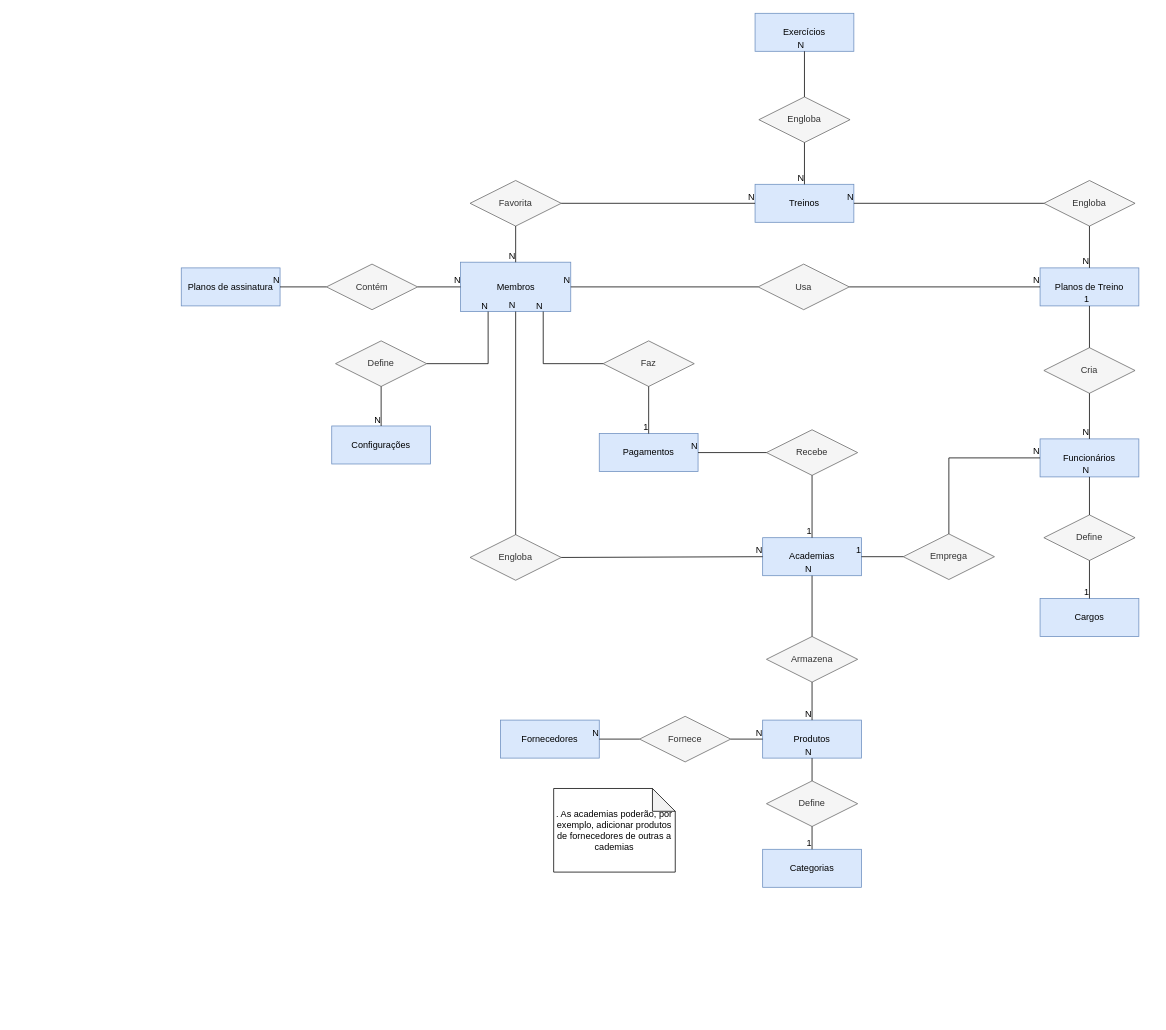
The draw.io diagram DER/der-draw-io.drawio in trainya-app/diagrams, before the edit. Source tidied: cells renumbered, new cells numbered last; positions are measured from the earlier drawing's top-left corner, leaving out a move shared by most shapes. Both pictures are drawn from the tidied source at 76%, with x=0, y=0 at pixel (181, 13).
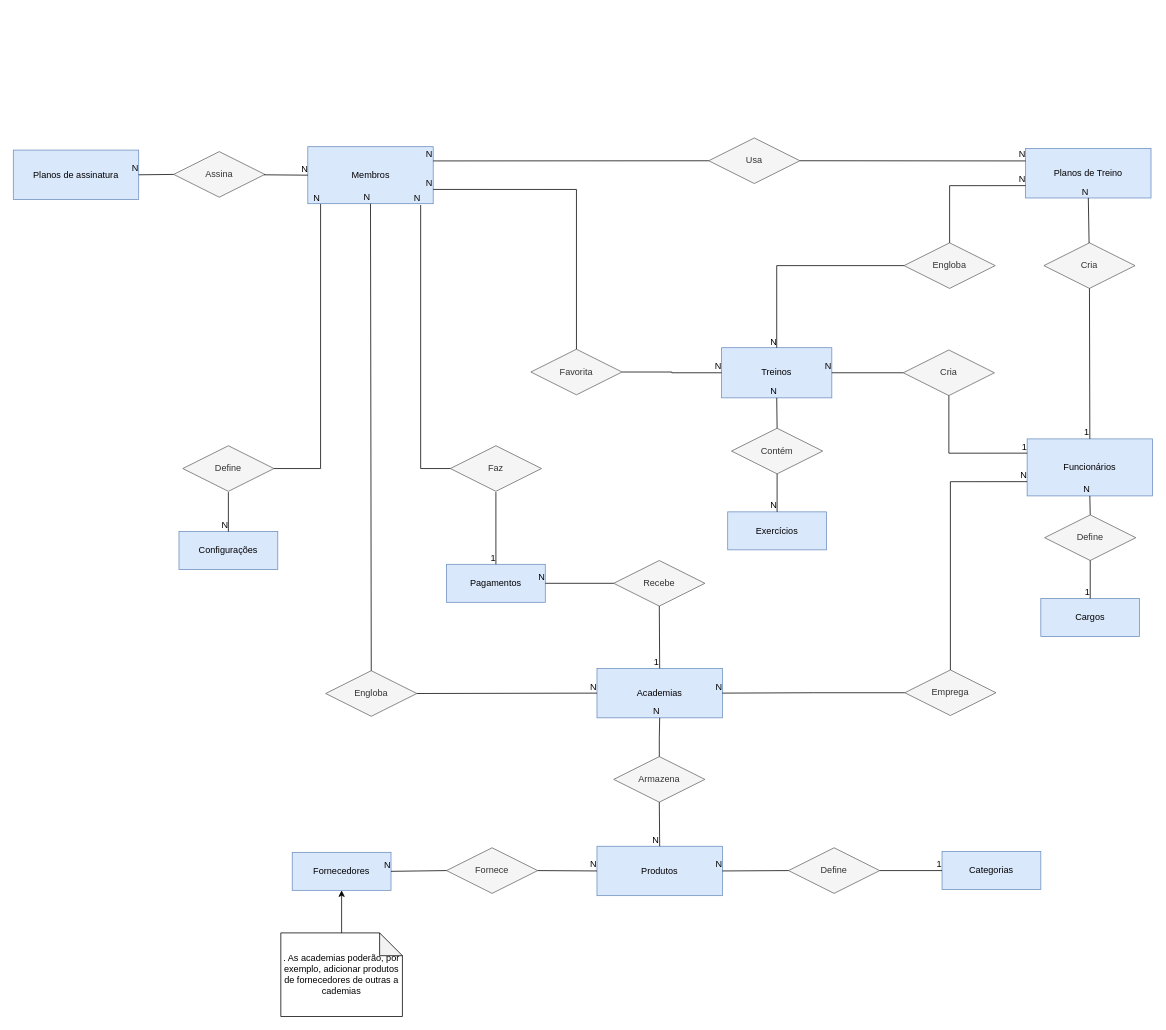
The same page after the edit.

The change refers to these unchanged cells:
```xml
<mxCell id="27" style="endArrow=none;html=1;rounded=0;entryX=0.5;entryY=1;entryDx=0;entryDy=0;" parent="1" edge="1" source="26" target="6">
  <mxGeometry relative="1" as="geometry" />
</mxCell>
<mxCell id="29" style="endArrow=none;html=1;rounded=0;entryX=0.5;entryY=0;entryDx=0;entryDy=0;exitX=0.5;exitY=1;exitDx=0;exitDy=0;" parent="1" edge="1" source="26" target="4">
  <mxGeometry relative="1" as="geometry" />
</mxCell>
```

What changed in the source:
```diff
@@
     <mxCell id="2" value="Membros" style="whiteSpace=wrap;html=1;align=center;fillColor=#dae8fc;strokeColor=#6c8ebf;" parent="1" vertex="1">
-      <mxGeometry x="367.5" y="327.5" width="145" height="65" as="geometry" />
+      <mxGeometry x="166.5" y="175.5" width="165" height="75" as="geometry" />
     </mxCell>
     <mxCell id="3" value="Academias" style="whiteSpace=wrap;html=1;align=center;fillColor=#dae8fc;strokeColor=#6c8ebf;" parent="1" vertex="1">
-      <mxGeometry x="765" y="690" width="130" height="50" as="geometry" />
+      <mxGeometry x="547" y="862" width="165" height="65" as="geometry" />
     </mxCell>
     <mxCell id="4" value="Funcionários" style="whiteSpace=wrap;html=1;align=center;fillColor=#dae8fc;strokeColor=#6c8ebf;" parent="1" vertex="1">
-      <mxGeometry x="1130" y="560" width="130" height="50" as="geometry" />
+      <mxGeometry x="1113" y="560" width="165" height="75" as="geometry" />
     </mxCell>
     <mxCell id="5" value="Treinos" style="whiteSpace=wrap;html=1;align=center;fillColor=#dae8fc;strokeColor=#6c8ebf;" parent="1" vertex="1">
-      <mxGeometry x="755" y="225" width="130" height="50" as="geometry" />
+      <mxGeometry x="711" y="440" width="145" height="66" as="geometry" />
     </mxCell>
     <mxCell id="6" value="Planos de Treino" style="whiteSpace=wrap;html=1;align=center;fillColor=#dae8fc;strokeColor=#6c8ebf;" parent="1" vertex="1">
-      <mxGeometry x="1130" y="335" width="130" height="50" as="geometry" />
+      <mxGeometry x="1111" y="178" width="165" height="65" as="geometry" />
     </mxCell>
     <mxCell id="7" value="Planos de assinatura" style="whiteSpace=wrap;html=1;align=center;fillColor=#dae8fc;strokeColor=#6c8ebf;" parent="1" vertex="1">
-      <mxGeometry y="335" width="130" height="50" as="geometry" />
+      <mxGeometry x="-221" y="180" width="165" height="65" as="geometry" />
     </mxCell>
     <mxCell id="8" value="Exercícios" style="whiteSpace=wrap;html=1;align=center;fillColor=#dae8fc;strokeColor=#6c8ebf;" parent="1" vertex="1">
-      <mxGeometry x="755" width="130" height="50" as="geometry" />
+      <mxGeometry x="719" y="656" width="130" height="50" as="geometry" />
     </mxCell>
     <mxCell id="9" value="Categorias" style="whiteSpace=wrap;html=1;align=center;fillColor=#dae8fc;strokeColor=#6c8ebf;" parent="1" vertex="1">
-      <mxGeometry x="765" y="1100" width="130" height="50" as="geometry" />
+      <mxGeometry x="1001" y="1103" width="130" height="50" as="geometry" />
     </mxCell>
     <mxCell id="10" value="Produtos" style="whiteSpace=wrap;html=1;align=center;fillColor=#dae8fc;strokeColor=#6c8ebf;" parent="1" vertex="1">
-      <mxGeometry x="765" y="930" width="130" height="50" as="geometry" />
+      <mxGeometry x="547" y="1096" width="165" height="65" as="geometry" />
     </mxCell>
     <mxCell id="11" value="Define" style="shape=rhombus;perimeter=rhombusPerimeter;whiteSpace=wrap;html=1;align=center;fillColor=#f5f5f5;strokeColor=#666666;fontColor=#333333;" parent="1" vertex="1">
-      <mxGeometry x="770" y="1010" width="120" height="60" as="geometry" />
+      <mxGeometry x="799" y="1098" width="120" height="60" as="geometry" />
     </mxCell>
-    <mxCell id="12" style="endArrow=none;html=1;rounded=0;exitX=0.5;exitY=1;exitDx=0;exitDy=0;" parent="1" edge="1" source="11" target="9">
+    <mxCell id="12" style="endArrow=none;html=1;rounded=0;exitX=1;exitY=0.5;exitDx=0;exitDy=0;" parent="1" edge="1" source="11" target="9">
       <mxGeometry relative="1" as="geometry" />
     </mxCell>
@@
-    <mxCell id="14" style="endArrow=none;html=1;rounded=0;entryX=0.5;entryY=1;entryDx=0;entryDy=0;exitX=0.5;exitY=0;exitDx=0;exitDy=0;" parent="1" edge="1" source="11" target="10">
+    <mxCell id="14" style="endArrow=none;html=1;rounded=0;entryX=1;entryY=0.5;entryDx=0;entryDy=0;exitX=0;exitY=0.5;exitDx=0;exitDy=0;" parent="1" edge="1" source="11" target="10">
       <mxGeometry relative="1" as="geometry" />
     </mxCell>
@@
-    <mxCell id="16" value="Contém" style="shape=rhombus;perimeter=rhombusPerimeter;whiteSpace=wrap;html=1;align=center;fillColor=#f5f5f5;strokeColor=#666666;fontColor=#333333;" parent="1" vertex="1">
-      <mxGeometry x="191" y="330" width="120" height="60" as="geometry" />
+    <mxCell id="16" value="Assina" style="shape=rhombus;perimeter=rhombusPerimeter;whiteSpace=wrap;html=1;align=center;fillColor=#f5f5f5;strokeColor=#666666;fontColor=#333333;" parent="1" vertex="1">
+      <mxGeometry x="-10" y="182" width="120" height="60" as="geometry" />
     </mxCell>
@@
     <mxCell id="21" value="Usa" style="shape=rhombus;perimeter=rhombusPerimeter;whiteSpace=wrap;html=1;align=center;fillColor=#f5f5f5;strokeColor=#666666;fontColor=#333333;" parent="1" vertex="1">
-      <mxGeometry x="759" y="330" width="120" height="60" as="geometry" />
+      <mxGeometry x="694" y="164" width="120" height="60" as="geometry" />
     </mxCell>
-    <mxCell id="22" style="endArrow=none;html=1;rounded=0;entryX=1;entryY=0.5;entryDx=0;entryDy=0;" parent="1" edge="1" source="21" target="2">
+    <mxCell id="22" style="endArrow=none;html=1;rounded=0;entryX=1;entryY=0.25;entryDx=0;entryDy=0;" parent="1" edge="1" source="21" target="2">
       <mxGeometry relative="1" as="geometry" />
     </mxCell>
@@
-    <mxCell id="24" style="endArrow=none;html=1;rounded=0;entryX=0;entryY=0.5;entryDx=0;entryDy=0;exitX=1;exitY=0.5;exitDx=0;exitDy=0;" parent="1" edge="1" source="21" target="6">
+    <mxCell id="24" style="endArrow=none;html=1;rounded=0;entryX=0;entryY=0.25;entryDx=0;entryDy=0;exitX=1;exitY=0.5;exitDx=0;exitDy=0;" parent="1" edge="1" source="21" target="6">
       <mxGeometry relative="1" as="geometry" />
     </mxCell>
@@
     <mxCell id="26" value="Cria" style="shape=rhombus;perimeter=rhombusPerimeter;whiteSpace=wrap;html=1;align=center;fillColor=#f5f5f5;strokeColor=#666666;fontColor=#333333;" parent="1" vertex="1">
-      <mxGeometry x="1135" y="440" width="120" height="60" as="geometry" />
+      <mxGeometry x="1135" y="302" width="120" height="60" as="geometry" />
     </mxCell>
@@
-    <mxCell id="28" value="1" style="html=1;align=right;verticalAlign=bottom;" parent="27" vertex="1">
+    <mxCell id="28" value="N" style="html=1;align=right;verticalAlign=bottom;" parent="27" vertex="1">
       <mxGeometry x="1" relative="1" as="geometry" />
     </mxCell>
@@
-    <mxCell id="30" value="N" style="html=1;align=right;verticalAlign=bottom;" parent="29" vertex="1">
+    <mxCell id="30" value="1" style="html=1;align=right;verticalAlign=bottom;" parent="29" vertex="1">
       <mxGeometry x="1" relative="1" as="geometry" />
     </mxCell>
     <mxCell id="31" value="Cargos" style="whiteSpace=wrap;html=1;align=center;fillColor=#dae8fc;strokeColor=#6c8ebf;" parent="1" vertex="1">
-      <mxGeometry x="1130" y="770" width="130" height="50" as="geometry" />
+      <mxGeometry x="1131" y="770" width="130" height="50" as="geometry" />
     </mxCell>
     <mxCell id="32" value="Define" style="shape=rhombus;perimeter=rhombusPerimeter;whiteSpace=wrap;html=1;align=center;fillColor=#f5f5f5;fontColor=#333333;strokeColor=#666666;" parent="1" vertex="1">
-      <mxGeometry x="1135" y="660" width="120" height="60" as="geometry" />
+      <mxGeometry x="1136" y="660" width="120" height="60" as="geometry" />
     </mxCell>
     <mxCell id="33" style="endArrow=none;html=1;rounded=0;entryX=0.5;entryY=1;entryDx=0;entryDy=0;" parent="1" edge="1" target="4">
       <mxGeometry relative="1" as="geometry">
-        <mxPoint x="1195" y="660" as="sourcePoint" />
+        <mxPoint x="1196" y="660" as="sourcePoint" />
       </mxGeometry>
     </mxCell>
@@
     <mxCell id="37" value="Engloba" style="shape=rhombus;perimeter=rhombusPerimeter;whiteSpace=wrap;html=1;align=center;fillColor=#f5f5f5;strokeColor=#666666;fontColor=#333333;" parent="1" vertex="1">
-      <mxGeometry x="1135" y="220" width="120" height="60" as="geometry" />
+      <mxGeometry x="951" y="302" width="120" height="60" as="geometry" />
     </mxCell>
-    <mxCell id="38" style="endArrow=none;html=1;rounded=0;entryX=1;entryY=0.5;entryDx=0;entryDy=0;exitX=0;exitY=0.5;exitDx=0;exitDy=0;" parent="1" edge="1" source="37" target="5">
+    <mxCell id="38" style="endArrow=none;html=1;rounded=0;entryX=0.5;entryY=0;entryDx=0;entryDy=0;exitX=0;exitY=0.5;exitDx=0;exitDy=0;edgeStyle=orthogonalEdgeStyle;" parent="1" edge="1" source="37" target="5">
       <mxGeometry relative="1" as="geometry" />
     </mxCell>
@@
-    <mxCell id="40" style="endArrow=none;html=1;rounded=0;entryX=0.5;entryY=0;entryDx=0;entryDy=0;exitX=0.5;exitY=1;exitDx=0;exitDy=0;" parent="1" edge="1" source="37" target="6">
+    <mxCell id="40" style="endArrow=none;html=1;rounded=0;entryX=0;entryY=0.75;entryDx=0;entryDy=0;exitX=0.5;exitY=0;exitDx=0;exitDy=0;edgeStyle=orthogonalEdgeStyle;" parent="1" edge="1" source="37" target="6">
       <mxGeometry relative="1" as="geometry" />
     </mxCell>
@@
-    <mxCell id="42" value="Engloba" style="shape=rhombus;perimeter=rhombusPerimeter;whiteSpace=wrap;html=1;align=center;fillColor=#f5f5f5;strokeColor=#666666;fontColor=#333333;" parent="1" vertex="1">
-      <mxGeometry x="760" y="110" width="120" height="60" as="geometry" />
+    <mxCell id="42" value="Contém" style="shape=rhombus;perimeter=rhombusPerimeter;whiteSpace=wrap;html=1;align=center;fillColor=#f5f5f5;strokeColor=#666666;fontColor=#333333;" parent="1" vertex="1">
+      <mxGeometry x="724" y="546" width="120" height="60" as="geometry" />
     </mxCell>
-    <mxCell id="43" style="endArrow=none;html=1;rounded=0;entryX=0.5;entryY=0;entryDx=0;entryDy=0;exitX=0.5;exitY=1;exitDx=0;exitDy=0;" parent="1" edge="1" source="42" target="5">
+    <mxCell id="43" style="endArrow=none;html=1;rounded=0;entryX=0.5;entryY=1;entryDx=0;entryDy=0;exitX=0.5;exitY=0;exitDx=0;exitDy=0;" parent="1" edge="1" source="42" target="5">
       <mxGeometry relative="1" as="geometry" />
     </mxCell>
@@
-    <mxCell id="45" style="endArrow=none;html=1;rounded=0;exitX=0.5;exitY=0;exitDx=0;exitDy=0;entryX=0.5;entryY=1;entryDx=0;entryDy=0;" parent="1" edge="1" source="42" target="8">
+    <mxCell id="45" style="endArrow=none;html=1;rounded=0;exitX=0.5;exitY=1;exitDx=0;exitDy=0;entryX=0.5;entryY=0;entryDx=0;entryDy=0;" parent="1" edge="1" source="42" target="8">
       <mxGeometry relative="1" as="geometry" />
     </mxCell>
@@
     <mxCell id="47" value="Favorita" style="shape=rhombus;perimeter=rhombusPerimeter;whiteSpace=wrap;html=1;align=center;fillColor=#f5f5f5;strokeColor=#666666;fontColor=#333333;" parent="1" vertex="1">
-      <mxGeometry x="380" y="220" width="120" height="60" as="geometry" />
+      <mxGeometry x="460" y="442" width="120" height="60" as="geometry" />
     </mxCell>
-    <mxCell id="48" style="endArrow=none;html=1;rounded=0;entryX=0.5;entryY=0;entryDx=0;entryDy=0;exitX=0.5;exitY=1;exitDx=0;exitDy=0;" parent="1" edge="1" source="47" target="2">
+    <mxCell id="48" style="endArrow=none;html=1;rounded=0;entryX=1;entryY=0.75;entryDx=0;entryDy=0;exitX=0.5;exitY=0;exitDx=0;exitDy=0;edgeStyle=orthogonalEdgeStyle;" parent="1" edge="1" source="47" target="2">
       <mxGeometry relative="1" as="geometry" />
     </mxCell>
@@
-    <mxCell id="50" style="endArrow=none;html=1;rounded=0;entryX=0;entryY=0.5;entryDx=0;entryDy=0;exitX=1;exitY=0.5;exitDx=0;exitDy=0;" parent="1" edge="1" source="47" target="5">
+    <mxCell id="50" style="endArrow=none;html=1;rounded=0;entryX=0;entryY=0.5;entryDx=0;entryDy=0;exitX=1;exitY=0.5;exitDx=0;exitDy=0;edgeStyle=orthogonalEdgeStyle;" parent="1" edge="1" source="47" target="5">
       <mxGeometry relative="1" as="geometry" />
     </mxCell>
@@
     <mxCell id="52" value="Configurações" style="whiteSpace=wrap;html=1;align=center;fillColor=#dae8fc;strokeColor=#6c8ebf;" parent="1" vertex="1">
-      <mxGeometry x="198" y="543" width="130" height="50" as="geometry" />
+      <mxGeometry x="-3" y="682" width="130" height="50" as="geometry" />
     </mxCell>
     <mxCell id="53" value="Pagamentos" style="whiteSpace=wrap;html=1;align=center;fillColor=#dae8fc;strokeColor=#6c8ebf;" parent="1" vertex="1">
-      <mxGeometry x="550" y="553" width="130" height="50" as="geometry" />
+      <mxGeometry x="349" y="725" width="130" height="50" as="geometry" />
     </mxCell>
     <mxCell id="54" value="Define" style="shape=rhombus;perimeter=rhombusPerimeter;whiteSpace=wrap;html=1;align=center;fillColor=#f5f5f5;strokeColor=#666666;fontColor=#333333;" parent="1" vertex="1">
-      <mxGeometry x="203" y="431" width="120" height="60" as="geometry" />
+      <mxGeometry x="2" y="569" width="120" height="60" as="geometry" />
     </mxCell>
     <mxCell id="55" value="Faz" style="shape=rhombus;perimeter=rhombusPerimeter;whiteSpace=wrap;html=1;align=center;fillColor=#f5f5f5;strokeColor=#666666;fontColor=#333333;" parent="1" vertex="1">
-      <mxGeometry x="555" y="431" width="120" height="60" as="geometry" />
+      <mxGeometry x="354" y="569" width="120" height="60" as="geometry" />
     </mxCell>
-    <mxCell id="56" style="endArrow=none;html=1;rounded=0;exitX=0;exitY=0.5;exitDx=0;exitDy=0;entryX=0.75;entryY=1;entryDx=0;entryDy=0;edgeStyle=orthogonalEdgeStyle;" parent="1" edge="1" source="55" target="2">
+    <mxCell id="56" style="endArrow=none;html=1;rounded=0;exitX=0;exitY=0.5;exitDx=0;exitDy=0;entryX=0.9;entryY=1.023;entryDx=0;entryDy=0;edgeStyle=orthogonalEdgeStyle;entryPerimeter=0;" parent="1" edge="1" source="55" target="2">
       <mxGeometry relative="1" as="geometry" />
     </mxCell>
@@
-    <mxCell id="58" style="endArrow=none;html=1;rounded=0;entryX=0.5;entryY=0;entryDx=0;entryDy=0;exitX=0.5;exitY=1;exitDx=0;exitDy=0;" parent="1" edge="1" source="55" target="53">
-      <mxGeometry relative="1" as="geometry" />
+    <mxCell id="58" style="endArrow=none;html=1;rounded=0;entryX=0.5;entryY=0;entryDx=0;entryDy=0;exitX=0.5;exitY=1;exitDx=0;exitDy=0;" parent="1" edge="1" target="53">
+      <mxGeometry relative="1" as="geometry">
+        <mxPoint x="414" y="630" as="sourcePoint" />
+      </mxGeometry>
     </mxCell>
@@
-    <mxCell id="60" style="endArrow=none;html=1;rounded=0;entryX=0.5;entryY=0;entryDx=0;entryDy=0;exitX=0.5;exitY=1;exitDx=0;exitDy=0;" parent="1" edge="1" source="54" target="52">
-      <mxGeometry relative="1" as="geometry" />
+    <mxCell id="60" style="endArrow=none;html=1;rounded=0;entryX=0.5;entryY=0;entryDx=0;entryDy=0;exitX=0.5;exitY=1;exitDx=0;exitDy=0;" parent="1" edge="1" target="52">
+      <mxGeometry relative="1" as="geometry">
+        <mxPoint x="62" y="630" as="sourcePoint" />
+      </mxGeometry>
     </mxCell>
@@
-    <mxCell id="62" style="endArrow=none;html=1;rounded=0;entryX=0.25;entryY=1;entryDx=0;entryDy=0;edgeStyle=orthogonalEdgeStyle;exitX=1;exitY=0.5;exitDx=0;exitDy=0;" parent="1" edge="1" source="54" target="2">
+    <mxCell id="62" style="endArrow=none;html=1;rounded=0;entryX=0.102;entryY=1.007;entryDx=0;entryDy=0;edgeStyle=orthogonalEdgeStyle;exitX=1;exitY=0.5;exitDx=0;exitDy=0;entryPerimeter=0;" parent="1" edge="1" source="54" target="2">
       <mxGeometry relative="1" as="geometry" />
     </mxCell>
@@
     <mxCell id="64" value="Recebe" style="shape=rhombus;perimeter=rhombusPerimeter;whiteSpace=wrap;html=1;align=center;fillColor=#f5f5f5;strokeColor=#666666;fontColor=#333333;" parent="1" vertex="1">
-      <mxGeometry x="770" y="548" width="120" height="60" as="geometry" />
+      <mxGeometry x="569" y="720" width="120" height="60" as="geometry" />
     </mxCell>
@@
     <mxCell id="69" value="Fornece" style="shape=rhombus;perimeter=rhombusPerimeter;whiteSpace=wrap;html=1;align=center;fillColor=#f5f5f5;strokeColor=#666666;fontColor=#333333;" parent="1" vertex="1">
-      <mxGeometry x="603" y="925" width="120" height="60" as="geometry" />
+      <mxGeometry x="349" y="1098" width="120" height="60" as="geometry" />
     </mxCell>
     <mxCell id="70" value="Fornecedores" style="whiteSpace=wrap;html=1;align=center;fillColor=#dae8fc;strokeColor=#6c8ebf;" parent="1" vertex="1">
-      <mxGeometry x="420" y="930" width="130" height="50" as="geometry" />
+      <mxGeometry x="146" y="1104" width="130" height="50" as="geometry" />
     </mxCell>
@@
+    <mxCell id="91" style="edgeStyle=orthogonalEdgeStyle;rounded=0;jettySize=auto;html=1;" parent="1" edge="1" source="75" target="70">
+      <mxGeometry relative="1" as="geometry" />
+    </mxCell>
     <mxCell id="75" value=". As academias poderão, por exemplo, adicionar produtos de fornecedores de outras a cademias" style="shape=note;whiteSpace=wrap;html=1;backgroundOutline=1;darkOpacity=0.05;" parent="1" vertex="1">
-      <mxGeometry x="490" y="1020" width="160" height="110" as="geometry" />
+      <mxGeometry x="131" y="1210" width="160" height="110" as="geometry" />
     </mxCell>
     <mxCell id="76" value="Armazena" style="shape=rhombus;perimeter=rhombusPerimeter;whiteSpace=wrap;html=1;align=center;fillColor=#f5f5f5;strokeColor=#666666;fontColor=#333333;" parent="1" vertex="1">
-      <mxGeometry x="770" y="820" width="120" height="60" as="geometry" />
+      <mxGeometry x="569" y="978" width="120" height="60" as="geometry" />
     </mxCell>
@@
     <mxCell id="81" value="Emprega" style="shape=rhombus;perimeter=rhombusPerimeter;whiteSpace=wrap;html=1;align=center;fillColor=#f5f5f5;strokeColor=#666666;fontColor=#333333;" parent="1" vertex="1">
-      <mxGeometry x="950" y="685" width="120" height="60" as="geometry" />
+      <mxGeometry x="952" y="864" width="120" height="60" as="geometry" />
     </mxCell>
-    <mxCell id="82" style="endArrow=none;html=1;rounded=0;entryX=1;entryY=0.5;entryDx=0;entryDy=0;exitX=0;exitY=0.5;exitDx=0;exitDy=0;" parent="1" edge="1" source="81" target="3">
+    <mxCell id="82" style="endArrow=none;html=1;rounded=0;entryX=1;entryY=0.5;entryDx=0;entryDy=0;exitX=0;exitY=0.5;exitDx=0;exitDy=0;edgeStyle=orthogonalEdgeStyle;" parent="1" edge="1" source="81" target="3">
       <mxGeometry relative="1" as="geometry" />
     </mxCell>
-    <mxCell id="83" value="1" style="html=1;align=right;verticalAlign=bottom;" parent="82" vertex="1">
+    <mxCell id="83" value="N" style="html=1;align=right;verticalAlign=bottom;" parent="82" vertex="1">
       <mxGeometry x="1" relative="1" as="geometry" />
     </mxCell>
-    <mxCell id="84" style="endArrow=none;html=1;rounded=0;entryX=0;entryY=0.5;entryDx=0;entryDy=0;edgeStyle=orthogonalEdgeStyle;exitX=0.5;exitY=0;exitDx=0;exitDy=0;" parent="1" edge="1" source="81" target="4">
+    <mxCell id="84" style="endArrow=none;html=1;rounded=0;entryX=0;entryY=0.75;entryDx=0;entryDy=0;edgeStyle=orthogonalEdgeStyle;exitX=0.5;exitY=0;exitDx=0;exitDy=0;" parent="1" edge="1" source="81" target="4">
       <mxGeometry relative="1" as="geometry" />
     </mxCell>
@@
     <mxCell id="86" value="Engloba" style="shape=rhombus;perimeter=rhombusPerimeter;whiteSpace=wrap;html=1;align=center;fillColor=#f5f5f5;strokeColor=#666666;fontColor=#333333;" parent="1" vertex="1">
-      <mxGeometry x="380" y="686" width="120" height="60" as="geometry" />
+      <mxGeometry x="190" y="865" width="120" height="60" as="geometry" />
     </mxCell>
@@
+    <mxCell id="92" value="Cria" style="shape=rhombus;perimeter=rhombusPerimeter;whiteSpace=wrap;html=1;align=center;fillColor=#f5f5f5;strokeColor=#666666;fontColor=#333333;" parent="1" vertex="1">
+      <mxGeometry x="950" y="443" width="120" height="60" as="geometry" />
+    </mxCell>
+    <mxCell id="93" style="endArrow=none;html=1;rounded=0;entryX=1;entryY=0.5;entryDx=0;entryDy=0;exitX=0;exitY=0.5;exitDx=0;exitDy=0;edgeStyle=orthogonalEdgeStyle;" parent="1" edge="1" source="92" target="5">
+      <mxGeometry relative="1" as="geometry" />
+    </mxCell>
+    <mxCell id="94" value="N" style="html=1;align=right;verticalAlign=bottom;" parent="93" vertex="1">
+      <mxGeometry x="1" relative="1" as="geometry" />
+    </mxCell>
+    <mxCell id="95" style="endArrow=none;html=1;rounded=0;entryX=0;entryY=0.25;entryDx=0;entryDy=0;edgeStyle=orthogonalEdgeStyle;exitX=0.5;exitY=1;exitDx=0;exitDy=0;" parent="1" edge="1" source="92" target="4">
+      <mxGeometry relative="1" as="geometry" />
+    </mxCell>
+    <mxCell id="96" value="1" style="html=1;align=right;verticalAlign=bottom;" parent="95" vertex="1">
+      <mxGeometry x="1" relative="1" as="geometry" />
+    </mxCell>
```
